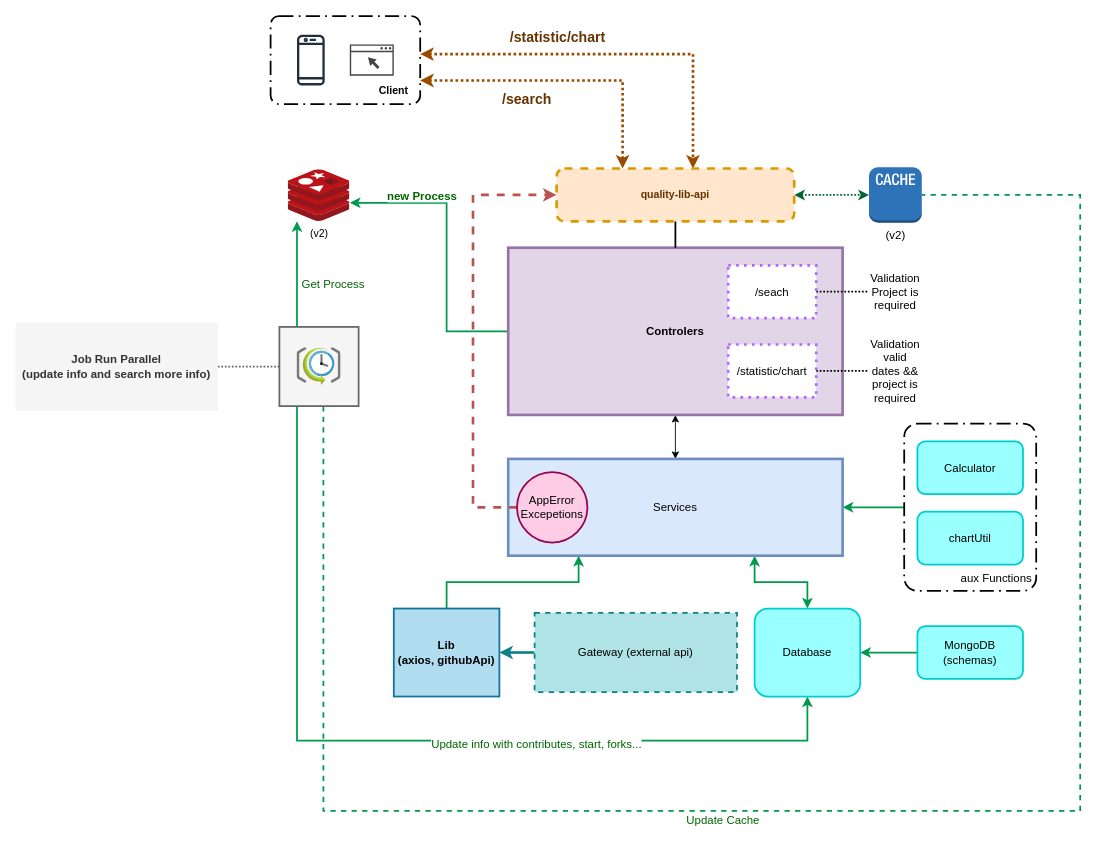
Jm-Correia/quality-lib-api keeps this draw.io diagram as diagram/Arquitetura.drawio. Above is the earlier version. Source tidied: cells renumbered, new cells numbered last; positions are measured from the earlier drawing's top-left corner, leaving out a move shared by most shapes. Both pictures are drawn from the tidied source at 88%, with x=0, y=0 at pixel (15, 16).
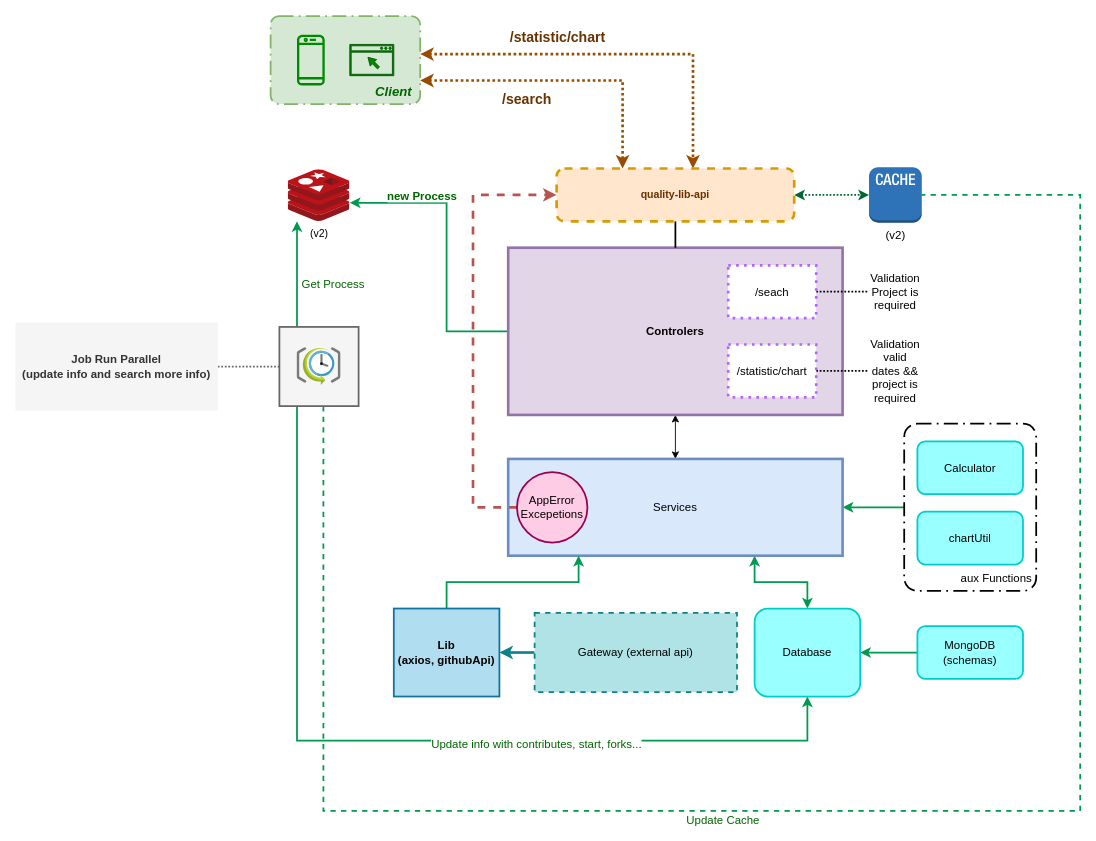
Above is the later version.

Commit message (it also covers changes not shown here):
changes background color client.

Diff of the diagram source:
```diff
@@
+    <mxCell id="17" style="points=[[0.25,0,0],[0.5,0,0],[0.75,0,0],[1,0.25,0],[1,0.5,0],[1,0.75,0],[0.75,1,0],[0.5,1,0],[0.25,1,0],[0,0.75,0],[0,0.5,0],[0,0.25,0]];rounded=1;arcSize=10;dashed=1;strokeColor=#82b366;fillColor=#d5e8d4;dashPattern=8 3 1 3;strokeWidth=2;" parent="1" vertex="1">
+      <mxGeometry x="290" y="-0.2" width="170" height="100" as="geometry" />
+    </mxCell>
@@
-    <mxCell id="13" style="sketch=0;fontColor=#232F3E;gradientColor=none;fillColor=#232F3D;strokeColor=none;dashed=0;verticalLabelPosition=bottom;verticalAlign=top;align=center;html=1;fontSize=12;fontStyle=0;shape=mxgraph.aws4.mobile_client;" parent="1" vertex="1">
+    <mxCell id="13" style="sketch=0;fillColor=#008a00;strokeColor=#005700;dashed=0;verticalLabelPosition=bottom;verticalAlign=top;align=center;html=1;fontSize=12;fontStyle=0;shape=mxgraph.aws4.mobile_client;fontColor=#ffffff;" parent="1" vertex="1">
       <mxGeometry x="320" y="19.8" width="31.5" height="60" as="geometry" />
     </mxCell>
-    <mxCell id="14" style="sketch=0;shadow=0;dashed=0;html=1;strokeColor=none;fillColor=#434445;labelPosition=center;verticalLabelPosition=bottom;verticalAlign=top;align=center;shape=mxgraph.vvd.web_browser;" parent="1" vertex="1">
+    <mxCell id="14" style="sketch=0;shadow=0;dashed=0;html=1;strokeColor=#005700;fillColor=#008a00;labelPosition=center;verticalLabelPosition=bottom;verticalAlign=top;align=center;shape=mxgraph.vvd.web_browser;fontColor=#ffffff;" parent="1" vertex="1">
       <mxGeometry x="380" y="32" width="50" height="35.5" as="geometry" />
     </mxCell>
@@
-    <mxCell id="17" style="points=[[0.25,0,0],[0.5,0,0],[0.75,0,0],[1,0.25,0],[1,0.5,0],[1,0.75,0],[0.75,1,0],[0.5,1,0],[0.25,1,0],[0,0.75,0],[0,0.5,0],[0,0.25,0]];rounded=1;arcSize=10;dashed=1;strokeColor=#000000;fillColor=none;gradientColor=none;dashPattern=8 3 1 3;strokeWidth=2;" parent="1" vertex="1">
-      <mxGeometry x="290" y="-0.2" width="170" height="100" as="geometry" />
-    </mxCell>
-    <mxCell id="18" value="Client" style="text;html=1;strokeColor=none;fillColor=none;align=center;verticalAlign=middle;whiteSpace=wrap;rounded=0;fontStyle=1;" parent="1" vertex="1">
+    <mxCell id="18" value="Client" style="text;html=1;strokeColor=none;fillColor=none;align=center;verticalAlign=middle;whiteSpace=wrap;rounded=0;fontStyle=3;fontColor=#006600;fontSize=15;" parent="1" vertex="1">
       <mxGeometry x="400" y="69.8" width="60" height="30" as="geometry" />
     </mxCell>
```
